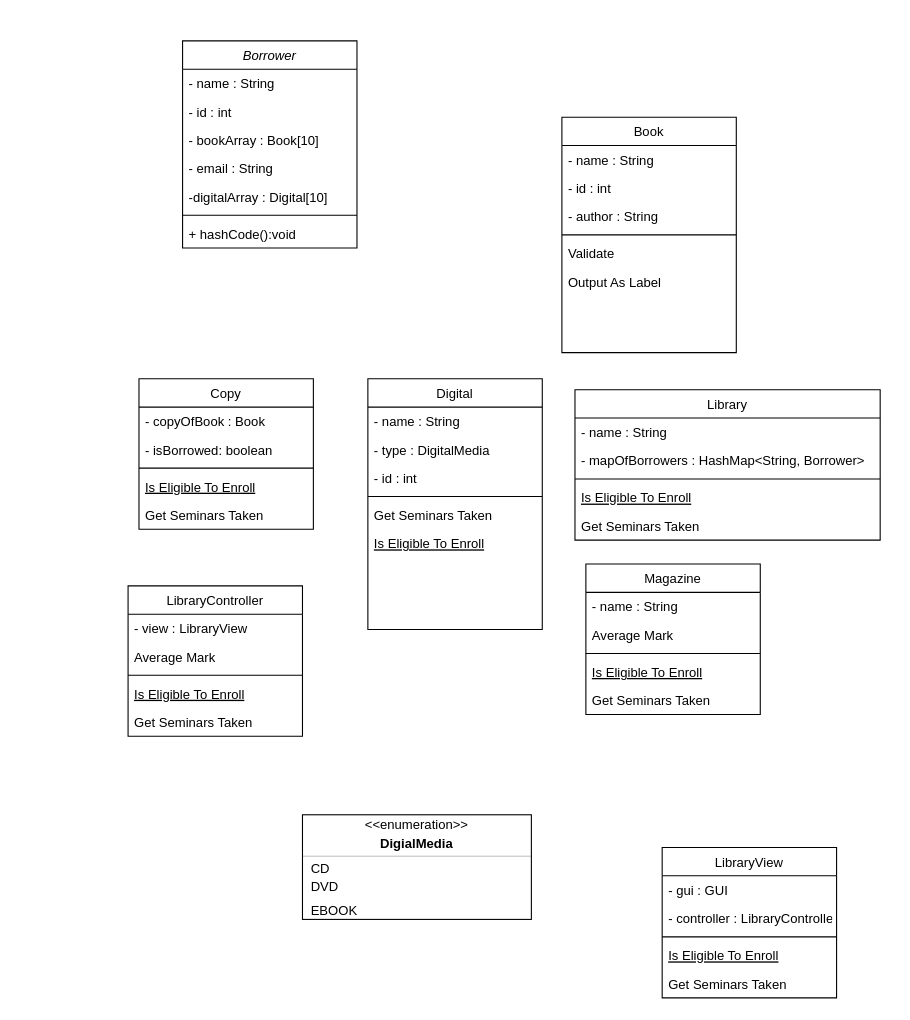
The draw.io diagram medialibrary.drawio in Viktorvallmark/lab17, before the edit. Source tidied: cells renumbered, new cells numbered last; positions are measured from the earlier drawing's top-left corner, leaving out a move shared by most shapes. Both pictures are drawn from the tidied source at 109%, with x=0, y=0 at pixel (128, 40).
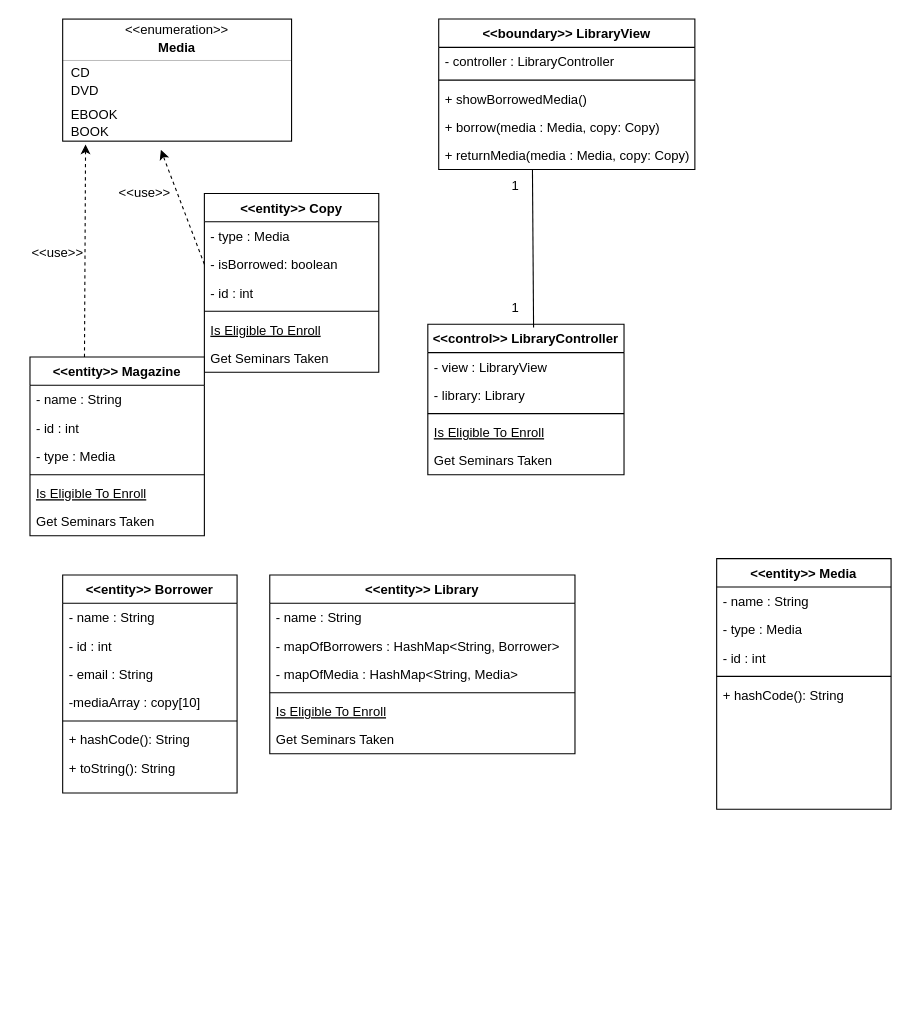
After the change.

Commit message (it also covers changes not shown here):
sequence diagram update2 commit

The change refers to these unchanged cells:
```xml
<mxCell id="12" value="- isBorrowed: boolean" style="text;align=left;verticalAlign=top;spacingLeft=4;spacingRight=4;overflow=hidden;points=[[0,0.5],[1,0.5]];portConstraint=eastwest;rounded=0;shadow=0;html=0;" parent="10" vertex="1">
  <mxGeometry y="52" width="160" height="26" as="geometry" />
</mxCell>
```

What changed in the source:
```diff
@@
-    <mxCell id="2" value="Borrower" style="swimlane;fontStyle=2;align=center;verticalAlign=top;horizontal=1;startSize=26;rounded=0;shadow=0;strokeWidth=1;" parent="1" vertex="1">
-      <mxGeometry x="50" width="160" height="190" as="geometry" />
+    <mxCell id="2" value="&lt;&lt;entity&gt;&gt; Borrower" style="swimlane;fontStyle=1;align=center;verticalAlign=top;horizontal=1;startSize=26;rounded=0;shadow=0;strokeWidth=1;" parent="1" vertex="1">
+      <mxGeometry x="-60" y="490" width="160" height="200" as="geometry" />
     </mxCell>
@@
-    <mxCell id="5" value="- bookArray : Book[10]" style="text;align=left;verticalAlign=top;spacingLeft=4;spacingRight=4;overflow=hidden;rounded=0;shadow=0;html=0;" parent="2" vertex="1">
-      <mxGeometry y="78" width="160" height="26" as="geometry" />
-    </mxCell>
     <mxCell id="6" value="- email : String" style="text;align=left;verticalAlign=top;spacingLeft=4;spacingRight=4;overflow=hidden;rounded=0;shadow=0;html=0;" parent="2" vertex="1">
-      <mxGeometry y="104" width="160" height="26" as="geometry" />
+      <mxGeometry y="78" width="160" height="26" as="geometry" />
     </mxCell>
-    <mxCell id="7" value="-digitalArray : Digital[10]" style="text;align=left;verticalAlign=top;spacingLeft=4;spacingRight=4;overflow=hidden;rounded=0;shadow=0;html=0;" parent="2" vertex="1">
-      <mxGeometry y="130" width="160" height="26" as="geometry" />
+    <mxCell id="7" value="-mediaArray : copy[10]" style="text;align=left;verticalAlign=top;spacingLeft=4;spacingRight=4;overflow=hidden;rounded=0;shadow=0;html=0;" parent="2" vertex="1">
+      <mxGeometry y="104" width="160" height="26" as="geometry" />
     </mxCell>
     <mxCell id="8" style="line;html=1;strokeWidth=1;align=left;verticalAlign=middle;spacingTop=-1;spacingLeft=3;spacingRight=3;labelPosition=right;" parent="2" vertex="1">
-      <mxGeometry y="156" width="160" height="8" as="geometry" />
+      <mxGeometry y="130" width="160" height="8" as="geometry" />
     </mxCell>
-    <mxCell id="9" value="+ hashCode():void" style="text;align=left;verticalAlign=top;spacingLeft=4;spacingRight=4;overflow=hidden;" parent="2" vertex="1">
-      <mxGeometry y="164" width="160" height="26" as="geometry" />
+    <mxCell id="9" value="+ hashCode(): String" style="text;align=left;verticalAlign=top;spacingLeft=4;spacingRight=4;overflow=hidden;" parent="2" vertex="1">
+      <mxGeometry y="138" width="160" height="26" as="geometry" />
     </mxCell>
+    <mxCell id="62" value="+ toString(): String" style="text;align=left;verticalAlign=top;spacingLeft=4;spacingRight=4;overflow=hidden;" parent="2" vertex="1">
+      <mxGeometry y="164" width="160" height="26" as="geometry" />
+    </mxCell>
-    <mxCell id="10" value="Copy" style="swimlane;fontStyle=0;align=center;verticalAlign=top;horizontal=1;startSize=26;rounded=0;shadow=0;strokeWidth=1;" parent="1" vertex="1">
-      <mxGeometry x="10" y="310" width="160" height="138" as="geometry" />
+    <mxCell id="10" value="&lt;&lt;entity&gt;&gt; Copy" style="swimlane;fontStyle=1;align=center;verticalAlign=top;horizontal=1;startSize=26;rounded=0;shadow=0;strokeWidth=1;" parent="1" vertex="1">
+      <mxGeometry x="70" y="140" width="160" height="164" as="geometry" />
     </mxCell>
-    <mxCell id="11" value="- copyOfBook : Book" style="text;align=left;verticalAlign=top;spacingLeft=4;spacingRight=4;overflow=hidden;" parent="10" vertex="1">
+    <mxCell id="11" value="- type : Media" style="text;align=left;verticalAlign=top;spacingLeft=4;spacingRight=4;overflow=hidden;" parent="10" vertex="1">
       <mxGeometry y="26" width="160" height="26" as="geometry" />
     </mxCell>
@@
+    <mxCell id="18" value="- id : int" style="text;align=left;verticalAlign=top;spacingLeft=4;spacingRight=4;overflow=hidden;rounded=0;shadow=0;html=0;" parent="10" vertex="1">
+      <mxGeometry y="78" width="160" height="26" as="geometry" />
+    </mxCell>
     <mxCell id="13" style="line;html=1;strokeWidth=1;align=left;verticalAlign=middle;spacingTop=-1;spacingLeft=3;spacingRight=3;labelPosition=right;" parent="10" vertex="1">
-      <mxGeometry y="78" width="160" height="8" as="geometry" />
+      <mxGeometry y="104" width="160" height="8" as="geometry" />
     </mxCell>
     <mxCell id="14" value="Is Eligible To Enroll" style="text;align=left;verticalAlign=top;spacingLeft=4;spacingRight=4;overflow=hidden;fontStyle=4;" parent="10" vertex="1">
-      <mxGeometry y="86" width="160" height="26" as="geometry" />
+      <mxGeometry y="112" width="160" height="26" as="geometry" />
     </mxCell>
     <mxCell id="15" value="Get Seminars Taken" style="text;align=left;verticalAlign=top;spacingLeft=4;spacingRight=4;overflow=hidden;" parent="10" vertex="1">
-      <mxGeometry y="112" width="160" height="26" as="geometry" />
+      <mxGeometry y="138" width="160" height="26" as="geometry" />
     </mxCell>
-    <mxCell id="16" value="Book" style="swimlane;fontStyle=0;align=center;verticalAlign=top;horizontal=1;startSize=26;rounded=0;shadow=0;strokeWidth=1;" parent="1" vertex="1">
-      <mxGeometry x="398" y="70" width="160" height="216" as="geometry" />
-    </mxCell>
-    <mxCell id="17" value="- name : String" style="text;align=left;verticalAlign=top;spacingLeft=4;spacingRight=4;overflow=hidden;" parent="16" vertex="1">
-      <mxGeometry y="26" width="160" height="26" as="geometry" />
-    </mxCell>
-    <mxCell id="18" value="- id : int" style="text;align=left;verticalAlign=top;spacingLeft=4;spacingRight=4;overflow=hidden;rounded=0;shadow=0;html=0;" parent="16" vertex="1">
-      <mxGeometry y="52" width="160" height="26" as="geometry" />
-    </mxCell>
-    <mxCell id="19" value="- author : String" style="text;align=left;verticalAlign=top;spacingLeft=4;spacingRight=4;overflow=hidden;rounded=0;shadow=0;html=0;" parent="16" vertex="1">
-      <mxGeometry y="78" width="160" height="26" as="geometry" />
-    </mxCell>
-    <mxCell id="20" style="line;html=1;strokeWidth=1;align=left;verticalAlign=middle;spacingTop=-1;spacingLeft=3;spacingRight=3;labelPosition=right;" parent="16" vertex="1">
-      <mxGeometry y="104" width="160" height="8" as="geometry" />
-    </mxCell>
-    <mxCell id="21" value="Validate" style="text;align=left;verticalAlign=top;spacingLeft=4;spacingRight=4;overflow=hidden;" parent="16" vertex="1">
-      <mxGeometry y="112" width="160" height="26" as="geometry" />
-    </mxCell>
-    <mxCell id="22" value="Output As Label" style="text;align=left;verticalAlign=top;spacingLeft=4;spacingRight=4;overflow=hidden;" parent="16" vertex="1">
-      <mxGeometry y="138" width="160" height="26" as="geometry" />
-    </mxCell>
-    <mxCell id="23" value="Library" style="swimlane;fontStyle=0;align=center;verticalAlign=top;horizontal=1;startSize=26;rounded=0;shadow=0;strokeWidth=1;" parent="1" vertex="1">
-      <mxGeometry x="410" y="320" width="280" height="138" as="geometry" />
+    <mxCell id="23" value="&lt;&lt;entity&gt;&gt; Library" style="swimlane;fontStyle=1;align=center;verticalAlign=top;horizontal=1;startSize=26;rounded=0;shadow=0;strokeWidth=1;" parent="1" vertex="1">
+      <mxGeometry x="130" y="490" width="280" height="164" as="geometry" />
     </mxCell>
@@
+    <mxCell id="63" value="- mapOfBorrowers : HashMap&lt;String, Borrower&gt;" style="text;align=left;verticalAlign=top;spacingLeft=4;spacingRight=4;overflow=hidden;rounded=0;shadow=0;html=0;" parent="23" vertex="1">
+      <mxGeometry y="52" width="280" height="26" as="geometry" />
+    </mxCell>
-    <mxCell id="25" value="- mapOfBorrowers : HashMap&lt;String, Borrower&gt;" style="text;align=left;verticalAlign=top;spacingLeft=4;spacingRight=4;overflow=hidden;rounded=0;shadow=0;html=0;" parent="23" vertex="1">
-      <mxGeometry y="52" width="280" height="26" as="geometry" />
+    <mxCell id="25" value="- mapOfMedia : HashMap&lt;String, Media&gt;" style="text;align=left;verticalAlign=top;spacingLeft=4;spacingRight=4;overflow=hidden;rounded=0;shadow=0;html=0;" parent="23" vertex="1">
+      <mxGeometry y="78" width="280" height="26" as="geometry" />
     </mxCell>
     <mxCell id="26" style="line;html=1;strokeWidth=1;align=left;verticalAlign=middle;spacingTop=-1;spacingLeft=3;spacingRight=3;labelPosition=right;" parent="23" vertex="1">
-      <mxGeometry y="78" width="280" height="8" as="geometry" />
+      <mxGeometry y="104" width="280" height="8" as="geometry" />
     </mxCell>
     <mxCell id="27" value="Is Eligible To Enroll" style="text;align=left;verticalAlign=top;spacingLeft=4;spacingRight=4;overflow=hidden;fontStyle=4;" parent="23" vertex="1">
-      <mxGeometry y="86" width="280" height="26" as="geometry" />
+      <mxGeometry y="112" width="280" height="26" as="geometry" />
     </mxCell>
     <mxCell id="28" value="Get Seminars Taken" style="text;align=left;verticalAlign=top;spacingLeft=4;spacingRight=4;overflow=hidden;" parent="23" vertex="1">
-      <mxGeometry y="112" width="280" height="26" as="geometry" />
+      <mxGeometry y="138" width="280" height="26" as="geometry" />
     </mxCell>
-    <mxCell id="29" value="LibraryController" style="swimlane;fontStyle=0;align=center;verticalAlign=top;horizontal=1;startSize=26;rounded=0;shadow=0;strokeWidth=1;" parent="1" vertex="1">
-      <mxGeometry y="500" width="160" height="138" as="geometry" />
+    <mxCell id="29" value="&lt;&lt;control&gt;&gt; LibraryController" style="swimlane;fontStyle=1;align=center;verticalAlign=top;horizontal=1;startSize=26;rounded=0;shadow=0;strokeWidth=1;" parent="1" vertex="1">
+      <mxGeometry x="275" y="260" width="180" height="138" as="geometry" />
     </mxCell>
     <mxCell id="30" value="- view : LibraryView" style="text;align=left;verticalAlign=top;spacingLeft=4;spacingRight=4;overflow=hidden;" parent="29" vertex="1">
-      <mxGeometry y="26" width="160" height="26" as="geometry" />
+      <mxGeometry y="26" width="180" height="26" as="geometry" />
     </mxCell>
-    <mxCell id="31" value="Average Mark" style="text;align=left;verticalAlign=top;spacingLeft=4;spacingRight=4;overflow=hidden;rounded=0;shadow=0;html=0;" parent="29" vertex="1">
-      <mxGeometry y="52" width="160" height="26" as="geometry" />
+    <mxCell id="31" value="- library: Library" style="text;align=left;verticalAlign=top;spacingLeft=4;spacingRight=4;overflow=hidden;rounded=0;shadow=0;html=0;" parent="29" vertex="1">
+      <mxGeometry y="52" width="180" height="26" as="geometry" />
     </mxCell>
     <mxCell id="32" style="line;html=1;strokeWidth=1;align=left;verticalAlign=middle;spacingTop=-1;spacingLeft=3;spacingRight=3;labelPosition=right;" parent="29" vertex="1">
-      <mxGeometry y="78" width="160" height="8" as="geometry" />
+      <mxGeometry y="78" width="180" height="8" as="geometry" />
     </mxCell>
     <mxCell id="33" value="Is Eligible To Enroll" style="text;align=left;verticalAlign=top;spacingLeft=4;spacingRight=4;overflow=hidden;fontStyle=4;" parent="29" vertex="1">
-      <mxGeometry y="86" width="160" height="26" as="geometry" />
+      <mxGeometry y="86" width="180" height="26" as="geometry" />
     </mxCell>
     <mxCell id="34" value="Get Seminars Taken" style="text;align=left;verticalAlign=top;spacingLeft=4;spacingRight=4;overflow=hidden;" parent="29" vertex="1">
-      <mxGeometry y="112" width="160" height="26" as="geometry" />
+      <mxGeometry y="112" width="180" height="26" as="geometry" />
     </mxCell>
-    <mxCell id="35" value="LibraryView" style="swimlane;fontStyle=0;align=center;verticalAlign=top;horizontal=1;startSize=26;rounded=0;shadow=0;strokeWidth=1;" parent="1" vertex="1">
-      <mxGeometry x="490" y="740" width="160" height="138" as="geometry" />
+    <mxCell id="35" value="&lt;&lt;boundary&gt;&gt; LibraryView" style="swimlane;fontStyle=1;align=center;verticalAlign=top;horizontal=1;startSize=26;rounded=0;shadow=0;strokeWidth=1;" parent="1" vertex="1">
+      <mxGeometry x="285" y="-20" width="235" height="138" as="geometry" />
     </mxCell>
-    <mxCell id="36" value="- gui : GUI" style="text;align=left;verticalAlign=top;spacingLeft=4;spacingRight=4;overflow=hidden;" parent="35" vertex="1">
-      <mxGeometry y="26" width="160" height="26" as="geometry" />
-    </mxCell>
     <mxCell id="37" value="- controller : LibraryController" style="text;align=left;verticalAlign=top;spacingLeft=4;spacingRight=4;overflow=hidden;rounded=0;shadow=0;html=0;" parent="35" vertex="1">
-      <mxGeometry y="52" width="160" height="26" as="geometry" />
+      <mxGeometry y="26" width="235" height="26" as="geometry" />
     </mxCell>
     <mxCell id="38" style="line;html=1;strokeWidth=1;align=left;verticalAlign=middle;spacingTop=-1;spacingLeft=3;spacingRight=3;labelPosition=right;" parent="35" vertex="1">
-      <mxGeometry y="78" width="160" height="8" as="geometry" />
+      <mxGeometry y="52" width="235" height="8" as="geometry" />
     </mxCell>
-    <mxCell id="39" value="Is Eligible To Enroll" style="text;align=left;verticalAlign=top;spacingLeft=4;spacingRight=4;overflow=hidden;fontStyle=4;" parent="35" vertex="1">
-      <mxGeometry y="86" width="160" height="26" as="geometry" />
-    </mxCell>
-    <mxCell id="40" value="Get Seminars Taken" style="text;align=left;verticalAlign=top;spacingLeft=4;spacingRight=4;overflow=hidden;" parent="35" vertex="1">
-      <mxGeometry y="112" width="160" height="26" as="geometry" />
+    <mxCell id="40" value="+ showBorrowedMedia()" style="text;align=left;verticalAlign=top;spacingLeft=4;spacingRight=4;overflow=hidden;" parent="35" vertex="1">
+      <mxGeometry y="60" width="235" height="26" as="geometry" />
     </mxCell>
+    <mxCell id="64" value="+ borrow(media : Media, copy: Copy)" style="text;align=left;verticalAlign=top;spacingLeft=4;spacingRight=4;overflow=hidden;" parent="35" vertex="1">
+      <mxGeometry y="86" width="235" height="26" as="geometry" />
+    </mxCell>
+    <mxCell id="65" value="+ returnMedia(media : Media, copy: Copy)" style="text;align=left;verticalAlign=top;spacingLeft=4;spacingRight=4;overflow=hidden;" parent="35" vertex="1">
+      <mxGeometry y="112" width="235" height="26" as="geometry" />
+    </mxCell>
-    <mxCell id="41" value="Digital" style="swimlane;fontStyle=0;align=center;verticalAlign=top;horizontal=1;startSize=26;rounded=0;shadow=0;strokeWidth=1;" parent="1" vertex="1">
-      <mxGeometry x="220" y="310" width="160" height="230" as="geometry" />
+    <mxCell id="41" value="&lt;&lt;entity&gt;&gt; Media" style="swimlane;fontStyle=1;align=center;verticalAlign=top;horizontal=1;startSize=26;rounded=0;shadow=0;strokeWidth=1;" parent="1" vertex="1">
+      <mxGeometry x="540" y="475" width="160" height="230" as="geometry" />
     </mxCell>
@@
-    <mxCell id="43" value="- type : DigitalMedia" style="text;align=left;verticalAlign=top;spacingLeft=4;spacingRight=4;overflow=hidden;rounded=0;shadow=0;html=0;" parent="41" vertex="1">
+    <mxCell id="43" value="- type : Media" style="text;align=left;verticalAlign=top;spacingLeft=4;spacingRight=4;overflow=hidden;rounded=0;shadow=0;html=0;" parent="41" vertex="1">
       <mxGeometry y="52" width="160" height="26" as="geometry" />
     </mxCell>
@@
-    <mxCell id="46" value="Get Seminars Taken" style="text;align=left;verticalAlign=top;spacingLeft=4;spacingRight=4;overflow=hidden;" parent="41" vertex="1">
-      <mxGeometry y="112" width="160" height="26" as="geometry" />
-    </mxCell>
-    <mxCell id="47" value="Is Eligible To Enroll" style="text;align=left;verticalAlign=top;spacingLeft=4;spacingRight=4;overflow=hidden;fontStyle=4;" parent="41" vertex="1">
-      <mxGeometry y="138" width="160" height="26" as="geometry" />
-    </mxCell>
+    <mxCell id="66" value="+ hashCode(): String" style="text;align=left;verticalAlign=top;spacingLeft=4;spacingRight=4;overflow=hidden;rounded=0;shadow=0;html=0;" parent="41" vertex="1">
+      <mxGeometry y="112" width="160" height="26" as="geometry" />
+    </mxCell>
-    <mxCell id="48" value="Magazine" style="swimlane;fontStyle=0;align=center;verticalAlign=top;horizontal=1;startSize=26;rounded=0;shadow=0;strokeWidth=1;" parent="1" vertex="1">
-      <mxGeometry x="420" y="480" width="160" height="138" as="geometry" />
+    <mxCell id="48" value="&lt;&lt;entity&gt;&gt; Magazine" style="swimlane;fontStyle=1;align=center;verticalAlign=top;horizontal=1;startSize=26;rounded=0;shadow=0;strokeWidth=1;" parent="1" vertex="1">
+      <mxGeometry x="-90" y="290" width="160" height="164" as="geometry" />
     </mxCell>
@@
-    <mxCell id="50" value="Average Mark" style="text;align=left;verticalAlign=top;spacingLeft=4;spacingRight=4;overflow=hidden;rounded=0;shadow=0;html=0;" parent="48" vertex="1">
+    <mxCell id="50" value="- id : int" style="text;align=left;verticalAlign=top;spacingLeft=4;spacingRight=4;overflow=hidden;rounded=0;shadow=0;html=0;" parent="48" vertex="1">
       <mxGeometry y="52" width="160" height="26" as="geometry" />
     </mxCell>
+    <mxCell id="67" value="- type : Media" style="text;align=left;verticalAlign=top;spacingLeft=4;spacingRight=4;overflow=hidden;rounded=0;shadow=0;html=0;" parent="48" vertex="1">
+      <mxGeometry y="78" width="160" height="26" as="geometry" />
+    </mxCell>
     <mxCell id="51" style="line;html=1;strokeWidth=1;align=left;verticalAlign=middle;spacingTop=-1;spacingLeft=3;spacingRight=3;labelPosition=right;" parent="48" vertex="1">
-      <mxGeometry y="78" width="160" height="8" as="geometry" />
+      <mxGeometry y="104" width="160" height="8" as="geometry" />
     </mxCell>
     <mxCell id="52" value="Is Eligible To Enroll" style="text;align=left;verticalAlign=top;spacingLeft=4;spacingRight=4;overflow=hidden;fontStyle=4;" parent="48" vertex="1">
-      <mxGeometry y="86" width="160" height="26" as="geometry" />
+      <mxGeometry y="112" width="160" height="26" as="geometry" />
     </mxCell>
     <mxCell id="53" value="Get Seminars Taken" style="text;align=left;verticalAlign=top;spacingLeft=4;spacingRight=4;overflow=hidden;" parent="48" vertex="1">
-      <mxGeometry y="112" width="160" height="26" as="geometry" />
+      <mxGeometry y="138" width="160" height="26" as="geometry" />
     </mxCell>
     <mxCell id="54" style="fontStyle=1;align=center;verticalAlign=middle;horizontal=1;" parent="1" vertex="1">
-      <mxGeometry x="160" y="710" width="210" height="96" as="geometry" />
+      <mxGeometry x="-60" y="-20" width="210" height="112" as="geometry" />
     </mxCell>
@@
-    <mxCell id="56" value="DigialMedia" style="html=1;align=center;spacing=0;verticalAlign=middle;strokeColor=none;fillColor=none;whiteSpace=wrap;fontStyle=1;" parent="54" vertex="1">
+    <mxCell id="56" value="Media" style="html=1;align=center;spacing=0;verticalAlign=middle;strokeColor=none;fillColor=none;whiteSpace=wrap;fontStyle=1;" parent="54" vertex="1">
       <mxGeometry y="20" width="210" height="14" as="geometry" />
     </mxCell>
@@
+    <mxCell id="68" value="BOOK" style="html=1;align=left;spacing=0;spacingLeft=8;verticalAlign=middle;strokeColor=none;fillColor=none;whiteSpace=wrap;" parent="54" vertex="1">
+      <mxGeometry y="96" width="210" height="16" as="geometry" />
+    </mxCell>
+    <mxCell id="69" style="html=1;labelBackgroundColor=#ffffff;startArrow=none;startFill=0;startSize=6;endArrow=classic;endFill=1;endSize=6;jettySize=auto;strokeWidth=1;dashed=1;fontSize=14;rounded=0;exitX=0;exitY=0.5;exitDx=0;exitDy=0;entryX=0.429;entryY=1.5;entryDx=0;entryDy=0;entryPerimeter=0;" parent="1" edge="1" source="12" target="68">
+      <mxGeometry relative="1" as="geometry" />
+    </mxCell>
+    <mxCell id="70" value="&amp;lt;&amp;lt;use&amp;gt;&amp;gt;" style="text;html=1;align=center;verticalAlign=middle;strokeColor=none;fillColor=none;" parent="1" vertex="1">
+      <mxGeometry x="-20" y="125" width="70" height="30" as="geometry" />
+    </mxCell>
+    <mxCell id="71" style="endArrow=none;html=1;rounded=0;exitX=0.539;exitY=0.022;exitDx=0;exitDy=0;exitPerimeter=0;entryX=1.033;entryY=0;entryDx=0;entryDy=0;entryPerimeter=0;" parent="1" edge="1" source="29" target="73">
+      <mxGeometry relative="1" as="geometry" />
+    </mxCell>
+    <mxCell id="72" value="1" style="text;html=1;align=center;verticalAlign=middle;strokeColor=none;fillColor=none;" parent="1" vertex="1">
+      <mxGeometry x="340" y="230" width="30" height="30" as="geometry" />
+    </mxCell>
+    <mxCell id="73" value="1" style="text;html=1;align=center;verticalAlign=middle;points=[];strokeColor=none;fillColor=none;" parent="1" vertex="1">
+      <mxGeometry x="340" y="118" width="30" height="30" as="geometry" />
+    </mxCell>
+    <mxCell id="74" style="html=1;labelBackgroundColor=#ffffff;startArrow=none;startFill=0;startSize=6;endArrow=classic;endFill=1;endSize=6;jettySize=auto;strokeWidth=1;dashed=1;fontSize=14;rounded=0;exitX=0;exitY=0.5;exitDx=0;exitDy=0;entryX=0.1;entryY=1.188;entryDx=0;entryDy=0;entryPerimeter=0;" parent="1" edge="1" target="68">
+      <mxGeometry relative="1" as="geometry">
+        <mxPoint x="-40" y="290" as="sourcePoint" />
+      </mxGeometry>
+    </mxCell>
+    <mxCell id="75" value="&amp;lt;&amp;lt;use&amp;gt;&amp;gt;" style="text;html=1;align=center;verticalAlign=middle;strokeColor=none;fillColor=none;" parent="1" vertex="1">
+      <mxGeometry x="-100" y="180" width="70" height="30" as="geometry" />
+    </mxCell>
```
